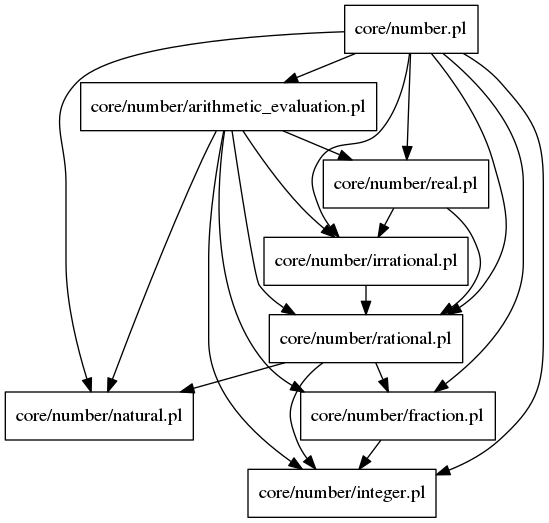
This is docs/core/number.png from lluisalemanypuig/sycalc, a Graphviz export, as it was before one commit. Its source is kept beside it as docs/.cache/core/number.dot.
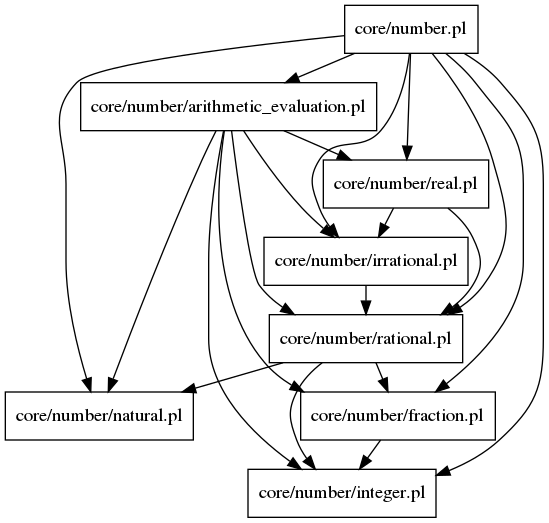
After the commit.

Diff of the diagram source:
```diff
@@ -2,24 +2,24 @@
 node [shape=rectangle]
 nodesep = 0.1
 ranksep = 0.3
-"core/number/rational.pl" -> "core/number/integer.pl"
+"core/number.pl" -> "core/number/natural.pl"
+"core/number.pl" -> "core/number/rational.pl"
+"core/number.pl" -> "core/number/real.pl"
+"core/number.pl" -> "core/number/fraction.pl"
+"core/number.pl" -> "core/number/integer.pl"
+"core/number.pl" -> "core/number/irrational.pl"
+"core/number.pl" -> "core/number/arithmetic_evaluation.pl"
+"core/number/fraction.pl" -> "core/number/integer.pl"
 "core/number/rational.pl" -> "core/number/natural.pl"
 "core/number/rational.pl" -> "core/number/fraction.pl"
+"core/number/rational.pl" -> "core/number/integer.pl"
 "core/number/irrational.pl" -> "core/number/rational.pl"
+"core/number/real.pl" -> "core/number/rational.pl"
+"core/number/real.pl" -> "core/number/irrational.pl"
+"core/number/arithmetic_evaluation.pl" -> "core/number/natural.pl"
+"core/number/arithmetic_evaluation.pl" -> "core/number/rational.pl"
+"core/number/arithmetic_evaluation.pl" -> "core/number/real.pl"
+"core/number/arithmetic_evaluation.pl" -> "core/number/fraction.pl"
 "core/number/arithmetic_evaluation.pl" -> "core/number/integer.pl"
-"core/number/arithmetic_evaluation.pl" -> "core/number/natural.pl"
-"core/number/arithmetic_evaluation.pl" -> "core/number/fraction.pl"
 "core/number/arithmetic_evaluation.pl" -> "core/number/irrational.pl"
-"core/number/arithmetic_evaluation.pl" -> "core/number/real.pl"
-"core/number/arithmetic_evaluation.pl" -> "core/number/rational.pl"
-"core/number.pl" -> "core/number/integer.pl"
-"core/number.pl" -> "core/number/natural.pl"
-"core/number.pl" -> "core/number/fraction.pl"
-"core/number.pl" -> "core/number/irrational.pl"
-"core/number.pl" -> "core/number/arithmetic_evaluation.pl"
-"core/number.pl" -> "core/number/real.pl"
-"core/number.pl" -> "core/number/rational.pl"
-"core/number/real.pl" -> "core/number/irrational.pl"
-"core/number/real.pl" -> "core/number/rational.pl"
-"core/number/fraction.pl" -> "core/number/integer.pl"
 }
```
